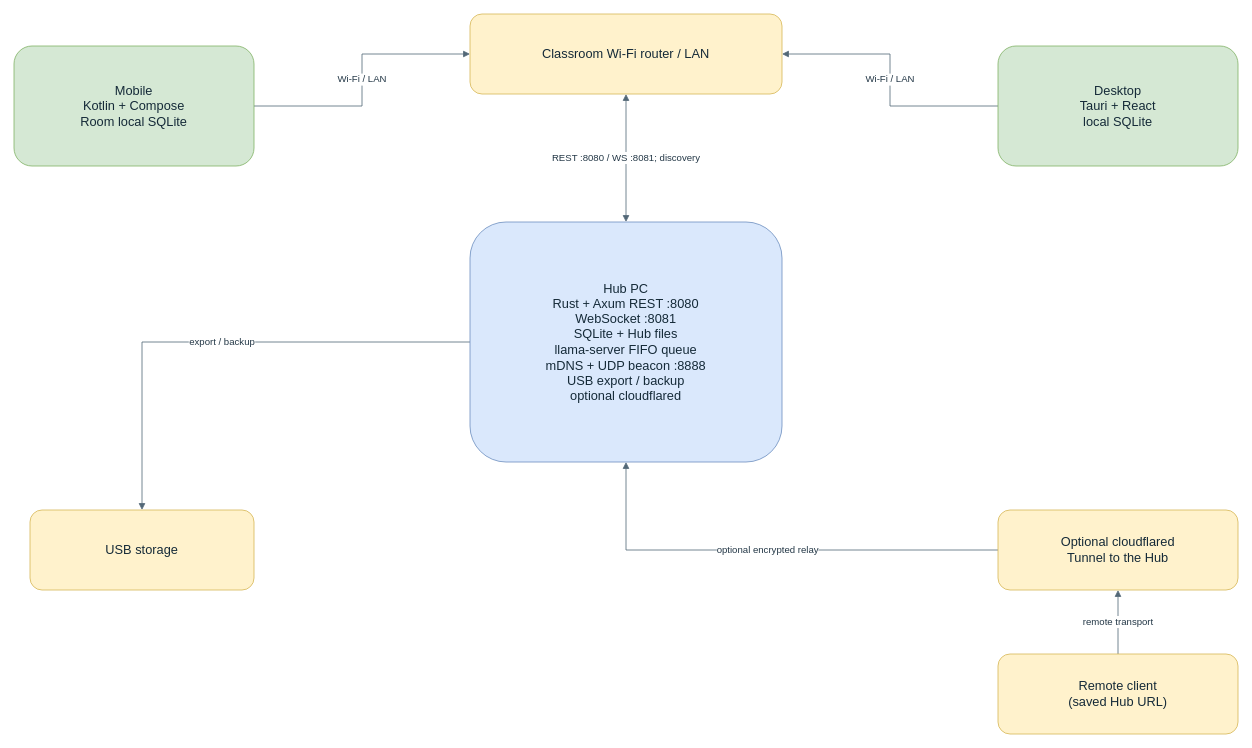
The draw.io diagram docs/thesis/chapter-3/diagrams/system-architecture.drawio in BootlegYouki/L.A.R.A, before the edit. Source tidied: cells renumbered, new cells numbered last; positions are measured from the earlier drawing's top-left corner, leaving out a move shared by most shapes. Both pictures are drawn from the tidied source at 80%, with x=0, y=0 at pixel (14, 14).
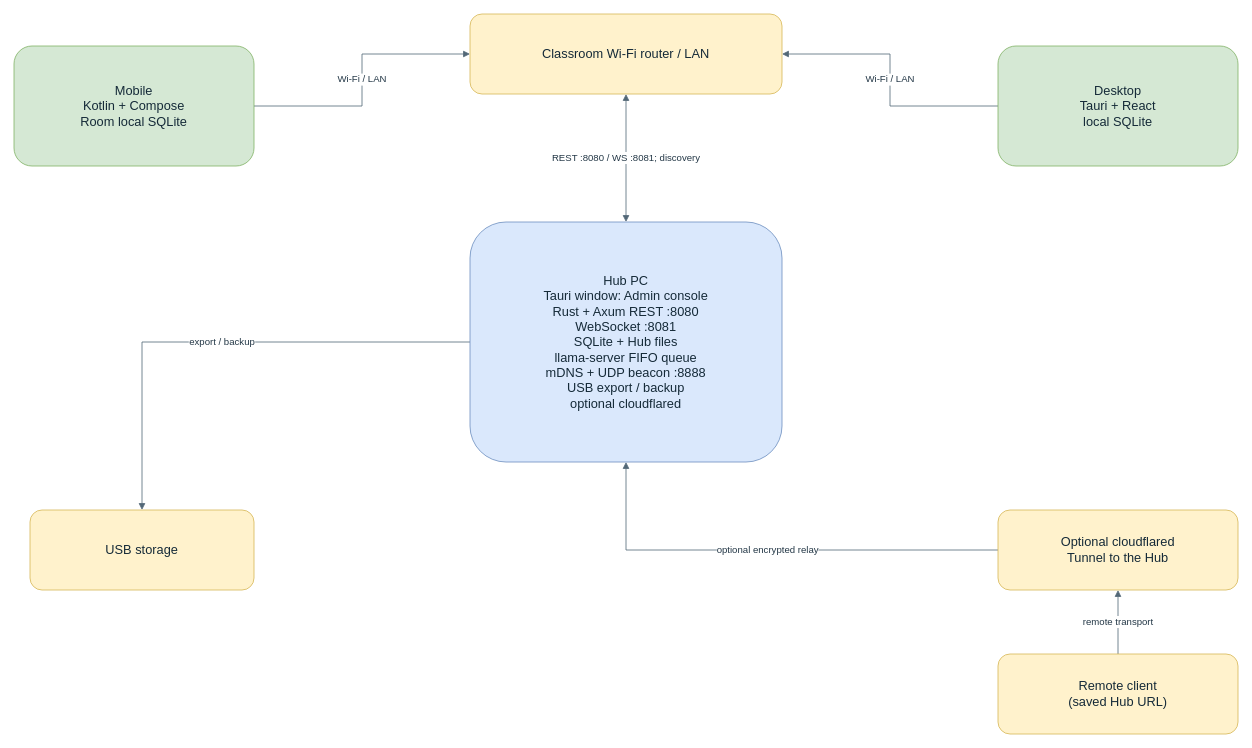
The same page after the edit.

What changed in the source:
```diff
@@
 <mxGraphModel>
   <root>
     <mxCell id="0" />
     <mxCell id="1" parent="0" />
     <mxCell id="2" value="Wi-Fi / LAN" style="edgeStyle=orthogonalEdgeStyle;rounded=0;jettySize=auto;html=1;strokeColor=#526777;fontColor=#233746;fontSize=12;endArrow=block;endFill=1;labelBackgroundColor=#ffffff;" parent="1" edge="1" source="9" target="11">
       <mxGeometry relative="1" as="geometry" />
     </mxCell>
     <mxCell id="3" value="Wi-Fi / LAN" style="edgeStyle=orthogonalEdgeStyle;rounded=0;jettySize=auto;html=1;strokeColor=#526777;fontColor=#233746;fontSize=12;endArrow=block;endFill=1;labelBackgroundColor=#ffffff;" parent="1" edge="1" source="10" target="11">
       <mxGeometry relative="1" as="geometry" />
     </mxCell>
     <mxCell id="4" value="REST :8080 / WS :8081; discovery" style="edgeStyle=orthogonalEdgeStyle;rounded=0;html=1;strokeColor=#526777;fontColor=#233746;fontSize=12;startArrow=block;endArrow=block;startFill=1;endFill=1;labelBackgroundColor=#ffffff;" parent="1" edge="1" source="11" target="8">
       <mxGeometry relative="1" as="geometry" />
     </mxCell>
     <mxCell id="5" value="export / backup" style="edgeStyle=orthogonalEdgeStyle;rounded=0;jettySize=auto;html=1;strokeColor=#526777;fontColor=#233746;fontSize=12;endArrow=block;endFill=1;labelBackgroundColor=#ffffff;" parent="1" edge="1" source="8" target="12">
       <mxGeometry relative="1" as="geometry" />
     </mxCell>
     <mxCell id="6" value="remote transport" style="edgeStyle=orthogonalEdgeStyle;rounded=0;jettySize=auto;html=1;strokeColor=#526777;fontColor=#233746;fontSize=12;endArrow=block;endFill=1;labelBackgroundColor=#ffffff;" parent="1" edge="1" source="14" target="13">
       <mxGeometry relative="1" as="geometry" />
     </mxCell>
     <mxCell id="7" value="optional encrypted relay" style="edgeStyle=orthogonalEdgeStyle;rounded=0;jettySize=auto;html=1;strokeColor=#526777;fontColor=#233746;fontSize=12;endArrow=block;endFill=1;labelBackgroundColor=#ffffff;" parent="1" edge="1" source="13" target="8">
       <mxGeometry relative="1" as="geometry" />
     </mxCell>
-    <mxCell id="8" value="Hub PC&#10;Rust + Axum REST :8080&#10;WebSocket :8081&#10;SQLite + Hub files&#10;llama-server FIFO queue&#10;mDNS + UDP beacon :8888&#10;USB export / backup&#10;optional cloudflared" style="rounded=1;whiteSpace=wrap;html=1;fillColor=#dae8fc;strokeColor=#6c8ebf;fontColor=#152a38;fontSize=16;align=center;verticalAlign=middle;spacing=8;" parent="1" vertex="1">
+    <mxCell id="8" value="Hub PC&#10;Tauri window: Admin console&#10;Rust + Axum REST :8080&#10;WebSocket :8081&#10;SQLite + Hub files&#10;llama-server FIFO queue&#10;mDNS + UDP beacon :8888&#10;USB export / backup&#10;optional cloudflared" style="rounded=1;whiteSpace=wrap;html=1;fillColor=#dae8fc;strokeColor=#6c8ebf;fontColor=#152a38;fontSize=16;align=center;verticalAlign=middle;spacing=8;" parent="1" vertex="1">
       <mxGeometry x="570" y="260" width="390" height="300" as="geometry" />
     </mxCell>
     <mxCell id="9" value="Mobile&#10;Kotlin + Compose&#10;Room local SQLite" style="rounded=1;whiteSpace=wrap;html=1;fillColor=#d5e8d4;strokeColor=#82b366;fontColor=#152a38;fontSize=16;align=center;verticalAlign=middle;spacing=8;" parent="1" vertex="1">
       <mxGeometry y="40" width="300" height="150" as="geometry" />
     </mxCell>
     <mxCell id="10" value="Desktop&#10;Tauri + React&#10;local SQLite" style="rounded=1;whiteSpace=wrap;html=1;fillColor=#d5e8d4;strokeColor=#82b366;fontColor=#152a38;fontSize=16;align=center;verticalAlign=middle;spacing=8;" parent="1" vertex="1">
       <mxGeometry x="1230" y="40" width="300" height="150" as="geometry" />
     </mxCell>
     <mxCell id="11" value="Classroom Wi-Fi router / LAN" style="rounded=1;whiteSpace=wrap;html=1;fillColor=#fff2cc;strokeColor=#d6b656;fontColor=#152a38;fontSize=16;align=center;verticalAlign=middle;spacing=8;" parent="1" vertex="1">
       <mxGeometry x="570" width="390" height="100" as="geometry" />
     </mxCell>
     <mxCell id="12" value="USB storage" style="rounded=1;whiteSpace=wrap;html=1;fillColor=#fff2cc;strokeColor=#d6b656;fontColor=#152a38;fontSize=16;align=center;verticalAlign=middle;spacing=8;" parent="1" vertex="1">
       <mxGeometry x="20" y="620" width="280" height="100" as="geometry" />
     </mxCell>
     <mxCell id="13" value="Optional cloudflared&#10;Tunnel to the Hub" style="rounded=1;whiteSpace=wrap;html=1;fillColor=#fff2cc;strokeColor=#d6b656;fontColor=#152a38;fontSize=16;align=center;verticalAlign=middle;spacing=8;" parent="1" vertex="1">
       <mxGeometry x="1230" y="620" width="300" height="100" as="geometry" />
     </mxCell>
     <mxCell id="14" value="Remote client&#10;(saved Hub URL)" style="rounded=1;whiteSpace=wrap;html=1;fillColor=#fff2cc;strokeColor=#d6b656;fontColor=#152a38;fontSize=16;align=center;verticalAlign=middle;spacing=8;" parent="1" vertex="1">
       <mxGeometry x="1230" y="800" width="300" height="100" as="geometry" />
     </mxCell>
   </root>
 </mxGraphModel>
```
